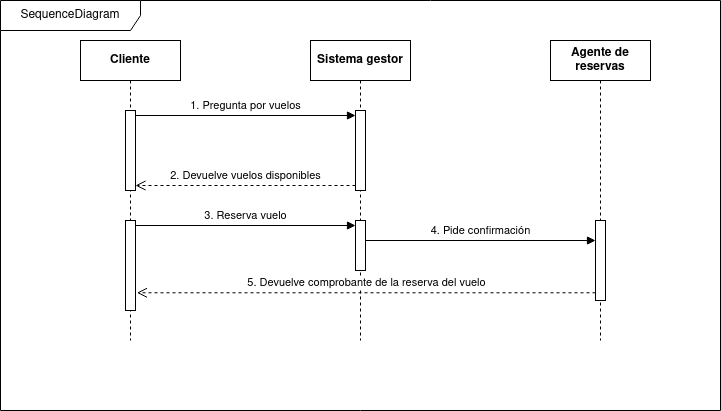
The draw.io diagram diagramas_secuencias/red-social/diagrama-secuencia-red-social.drawio.png in JesusLugo2002/ETS, before a commit. Source tidied: cells renumbered, new cells last; positions are measured from the earlier drawing's top-left corner, leaving out a move shared by most shapes.
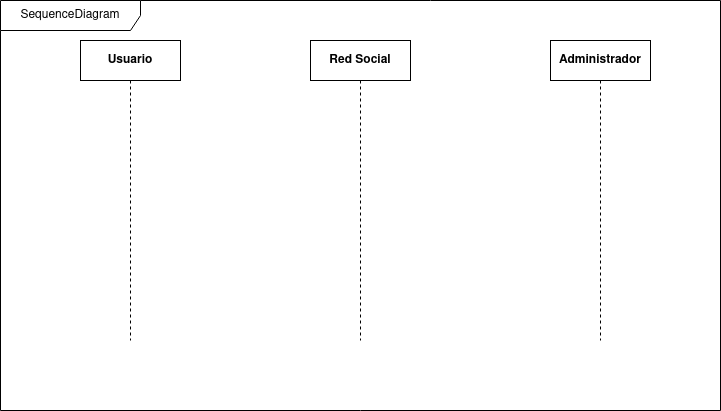
The same diagram one commit later.

The edit, as a diff of the source:
```diff
@@ -2,48 +2,15 @@
   <root>
     <mxCell id="0" />
     <mxCell id="1" parent="0" />
-    <mxCell id="2" value="Cliente" style="shape=umlLifeline;perimeter=lifelinePerimeter;whiteSpace=wrap;html=1;newEdgeStyle={&quot;curved&quot;:0,&quot;rounded&quot;:0};fontStyle=1;" parent="1" vertex="1">
+    <mxCell id="2" value="Usuario" style="shape=umlLifeline;perimeter=lifelinePerimeter;whiteSpace=wrap;html=1;newEdgeStyle={&quot;curved&quot;:0,&quot;rounded&quot;:0};fontStyle=1;" parent="1" vertex="1">
       <mxGeometry x="80" y="40" width="100" height="300" as="geometry" />
     </mxCell>
-    <mxCell id="3" style="html=1;points=[[0,0,0,0,5],[0,1,0,0,-5],[1,0,0,0,5],[1,1,0,0,-5]];perimeter=orthogonalPerimeter;outlineConnect=0;targetShapes=umlLifeline;portConstraint=eastwest;newEdgeStyle={&quot;curved&quot;:0,&quot;rounded&quot;:0};" parent="2" vertex="1">
-      <mxGeometry x="45" y="70" width="10" height="80" as="geometry" />
-    </mxCell>
-    <mxCell id="4" value="Sistema gestor" style="shape=umlLifeline;perimeter=lifelinePerimeter;whiteSpace=wrap;html=1;newEdgeStyle={&quot;curved&quot;:0,&quot;rounded&quot;:0};fontStyle=1;" parent="1" vertex="1">
+    <mxCell id="4" value="Red Social" style="shape=umlLifeline;perimeter=lifelinePerimeter;whiteSpace=wrap;html=1;newEdgeStyle={&quot;curved&quot;:0,&quot;rounded&quot;:0};fontStyle=1;" parent="1" vertex="1">
       <mxGeometry x="310" y="40" width="100" height="300" as="geometry" />
     </mxCell>
-    <mxCell id="5" style="html=1;points=[[0,0,0,0,5],[0,1,0,0,-5],[1,0,0,0,5],[1,1,0,0,-5]];perimeter=orthogonalPerimeter;outlineConnect=0;targetShapes=umlLifeline;portConstraint=eastwest;newEdgeStyle={&quot;curved&quot;:0,&quot;rounded&quot;:0};" parent="4" vertex="1">
-      <mxGeometry x="45" y="70" width="10" height="80" as="geometry" />
-    </mxCell>
-    <mxCell id="6" style="html=1;points=[[0,0,0,0,5],[0,1,0,0,-5],[1,0,0,0,5],[1,1,0,0,-5]];perimeter=orthogonalPerimeter;outlineConnect=0;targetShapes=umlLifeline;portConstraint=eastwest;newEdgeStyle={&quot;curved&quot;:0,&quot;rounded&quot;:0};" parent="4" vertex="1">
-      <mxGeometry x="-185" y="180" width="10" height="90" as="geometry" />
-    </mxCell>
-    <mxCell id="7" style="html=1;points=[[0,0,0,0,5],[0,1,0,0,-5],[1,0,0,0,5],[1,1,0,0,-5]];perimeter=orthogonalPerimeter;outlineConnect=0;targetShapes=umlLifeline;portConstraint=eastwest;newEdgeStyle={&quot;curved&quot;:0,&quot;rounded&quot;:0};" parent="4" vertex="1">
-      <mxGeometry x="45" y="180" width="10" height="50" as="geometry" />
-    </mxCell>
-    <mxCell id="8" value="&lt;div&gt;3. Reserva vuelo&lt;/div&gt;" style="html=1;verticalAlign=bottom;endArrow=block;curved=0;rounded=0;entryX=0;entryY=0;entryDx=0;entryDy=5;" parent="4" edge="1" source="6" target="7">
-      <mxGeometry relative="1" as="geometry" />
-    </mxCell>
-    <mxCell id="9" value="Agente de reservas" style="shape=umlLifeline;perimeter=lifelinePerimeter;whiteSpace=wrap;html=1;newEdgeStyle={&quot;curved&quot;:0,&quot;rounded&quot;:0};fontStyle=1;" parent="1" vertex="1">
+    <mxCell id="9" value="Administrador" style="shape=umlLifeline;perimeter=lifelinePerimeter;whiteSpace=wrap;html=1;newEdgeStyle={&quot;curved&quot;:0,&quot;rounded&quot;:0};fontStyle=1;" parent="1" vertex="1">
       <mxGeometry x="550" y="40" width="100" height="300" as="geometry" />
     </mxCell>
-    <mxCell id="10" style="html=1;points=[[0,0,0,0,5],[0,1,0,0,-5],[1,0,0,0,5],[1,1,0,0,-5]];perimeter=orthogonalPerimeter;outlineConnect=0;targetShapes=umlLifeline;portConstraint=eastwest;newEdgeStyle={&quot;curved&quot;:0,&quot;rounded&quot;:0};" parent="9" vertex="1">
-      <mxGeometry x="45" y="180" width="10" height="80" as="geometry" />
-    </mxCell>
-    <mxCell id="11" value="1. Pregunta por vuelos" style="html=1;verticalAlign=bottom;endArrow=block;curved=0;rounded=0;entryX=0;entryY=0;entryDx=0;entryDy=5;" parent="1" edge="1" source="3" target="5">
-      <mxGeometry relative="1" as="geometry" />
-    </mxCell>
-    <mxCell id="12" value="2. Devuelve vuelos disponibles" style="html=1;verticalAlign=bottom;endArrow=open;dashed=1;endSize=8;curved=0;rounded=0;exitX=0;exitY=1;exitDx=0;exitDy=-5;entryX=1;entryY=1;entryDx=0;entryDy=-5;entryPerimeter=0;" parent="1" edge="1" source="5" target="3">
-      <mxGeometry relative="1" as="geometry" />
-    </mxCell>
-    <mxCell id="13" value="4. Pide confirmación" style="html=1;verticalAlign=bottom;endArrow=block;curved=0;rounded=0;" parent="1" edge="1">
-      <mxGeometry relative="1" as="geometry">
-        <mxPoint x="365" y="240" as="sourcePoint" />
-        <mxPoint x="595" y="240" as="targetPoint" />
-      </mxGeometry>
-    </mxCell>
-    <mxCell id="14" value="5. Devuelve comprobante de la reserva del vuelo" style="html=1;verticalAlign=bottom;endArrow=open;dashed=1;endSize=8;curved=0;rounded=0;entryX=1.143;entryY=0.803;entryDx=0;entryDy=0;entryPerimeter=0;" parent="1" edge="1" source="10" target="6">
-      <mxGeometry relative="1" as="geometry" />
-    </mxCell>
     <mxCell id="15" value="&lt;div&gt;SequenceDiagram&lt;/div&gt;" style="shape=umlFrame;whiteSpace=wrap;html=1;width=140;height=30;" parent="1" vertex="1">
       <mxGeometry width="720" height="410" as="geometry" />
     </mxCell>
```
